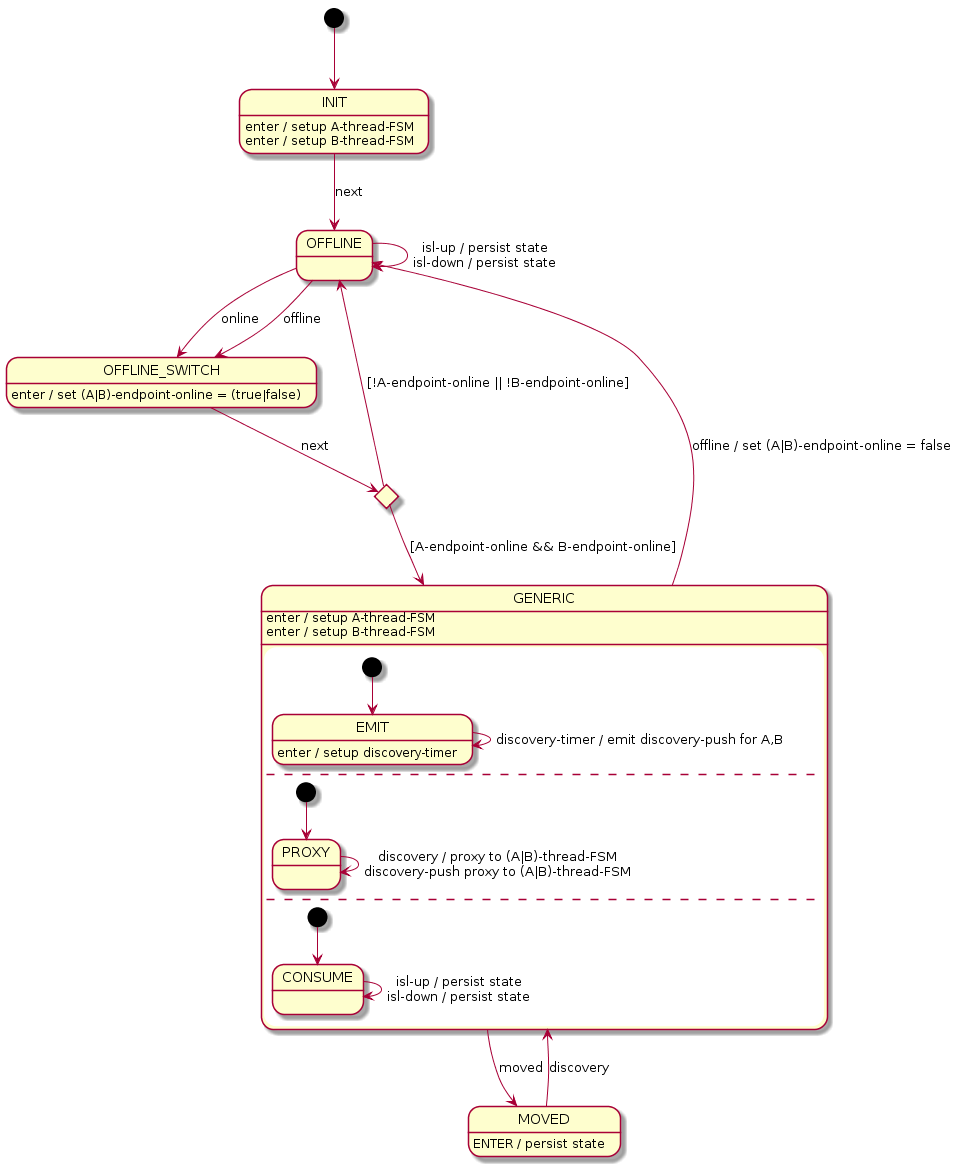
Before: docs/design/network-discovery/ISL-FSM.png, a diagram exported from PlantUML (jangwonpark74/open-kilda).
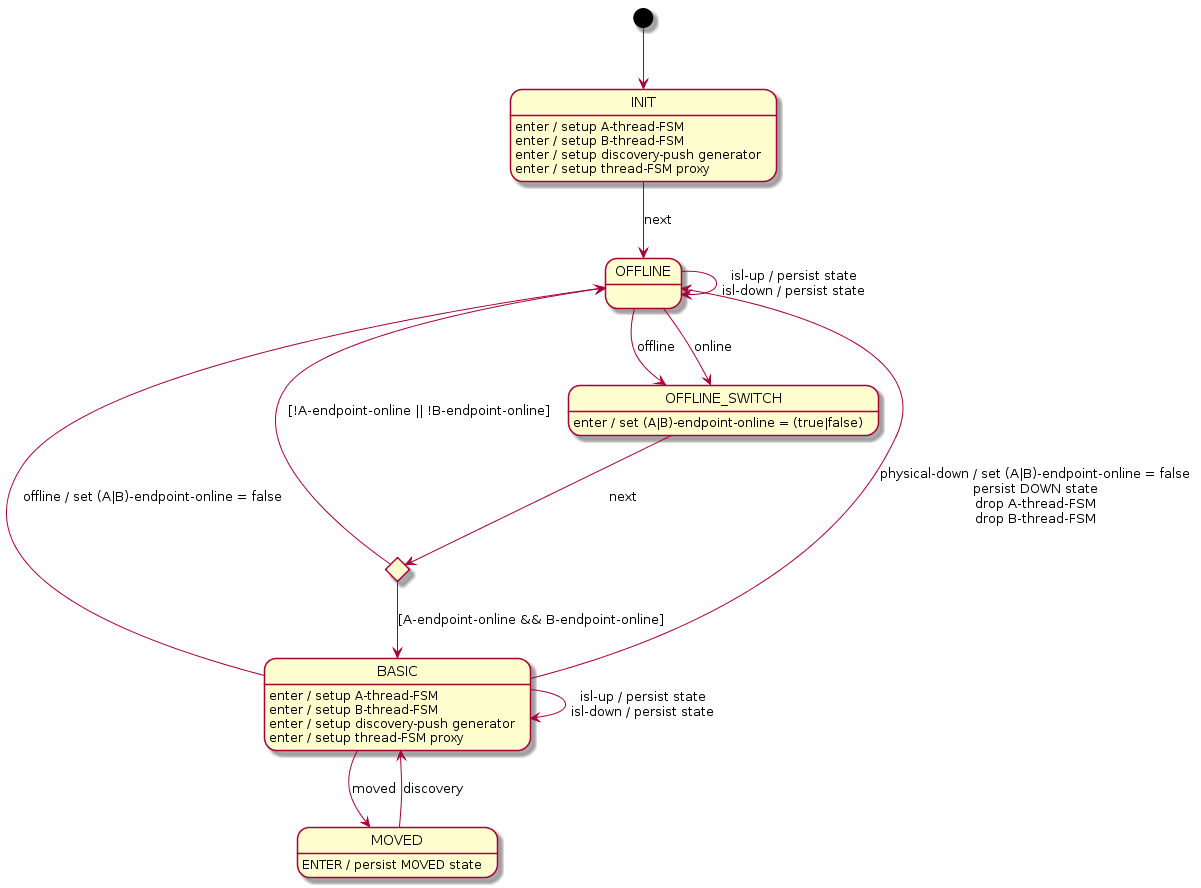
Above is the later version.

Change to the diagram source:
```diff
@@ -4,34 +4,20 @@
 INIT --> OFFLINE : next
 INIT : enter / setup A-thread-FSM
 INIT : enter / setup B-thread-FSM
+INIT : enter / setup discovery-push generator
+INIT : enter / setup thread-FSM proxy
 
-state GENERIC {
-    GENERIC : enter / setup A-thread-FSM
-    GENERIC : enter / setup B-thread-FSM
+BASIC --> MOVED : moved
+BASIC --> OFFLINE : offline / set (A|B)-endpoint-online = false
+BASIC --> OFFLINE : physical-down / set (A|B)-endpoint-online = false\npersist DOWN state\ndrop A-thread-FSM\ndrop B-thread-FSM
+BASIC --> BASIC : isl-up / persist state\nisl-down / persist state
+BASIC : enter / setup A-thread-FSM
+BASIC : enter / setup B-thread-FSM
+BASIC : enter / setup discovery-push generator
+BASIC : enter / setup thread-FSM proxy
 
-    [*] --> EMIT
-
-    EMIT --> EMIT : discovery-timer / emit discovery-push for A,B
-    EMIT : enter / setup discovery-timer
-
-    --
-
-    [*] --> PROXY
-
-    PROXY --> PROXY : discovery / proxy to (A|B)-thread-FSM\ndiscovery-push proxy to (A|B)-thread-FSM
-
-    --
-
-    [*] --> CONSUME
-
-    CONSUME --> CONSUME : isl-up / persist state\nisl-down / persist state
-}
-
-GENERIC --> MOVED : moved
-GENERIC --> OFFLINE : offline / set (A|B)-endpoint-online = false
-
-MOVED --> GENERIC : discovery
-MOVED : ENTER / persist state
+MOVED --> BASIC : discovery
+MOVED : ENTER / persist MOVED state
 
 OFFLINE --> OFFLINE : isl-up / persist state\nisl-down / persist state
 OFFLINE --> OFFLINE_SWITCH : online
@@ -43,6 +29,6 @@
 OFFLINE_SWITCH : enter / set (A|B)-endpoint-online = (true|false)
 
 offlineGate --> OFFLINE : [!A-endpoint-online || !B-endpoint-online]
-offlineGate --> GENERIC : [A-endpoint-online && B-endpoint-online]
+offlineGate --> BASIC : [A-endpoint-online && B-endpoint-online]
 
 @enduml
```
